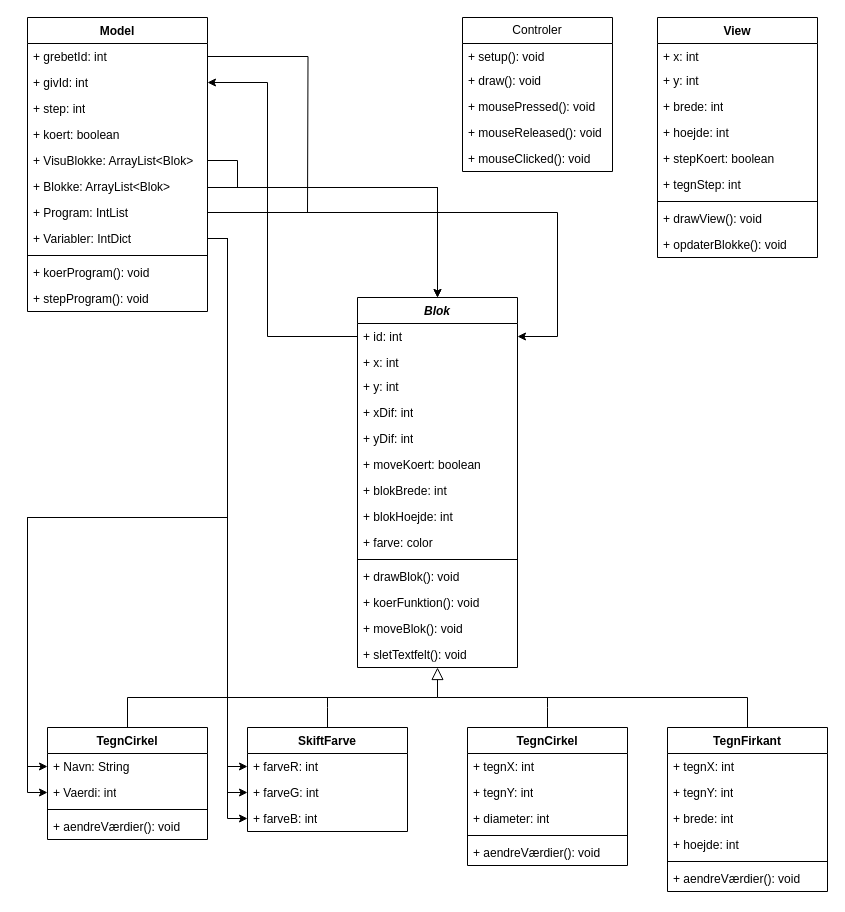
Earlier version of the draw.io diagram Eksamensprojekt/UML diagram.drawio (AntonChristensen/Programmering-a22hx2x). Source tidied: cells renumbered, new cells numbered last; positions are measured from the earlier drawing's top-left corner, leaving out a move shared by most shapes. Both pictures are drawn from the tidied source at 100%, with x=0, y=0 at pixel (27, 17).
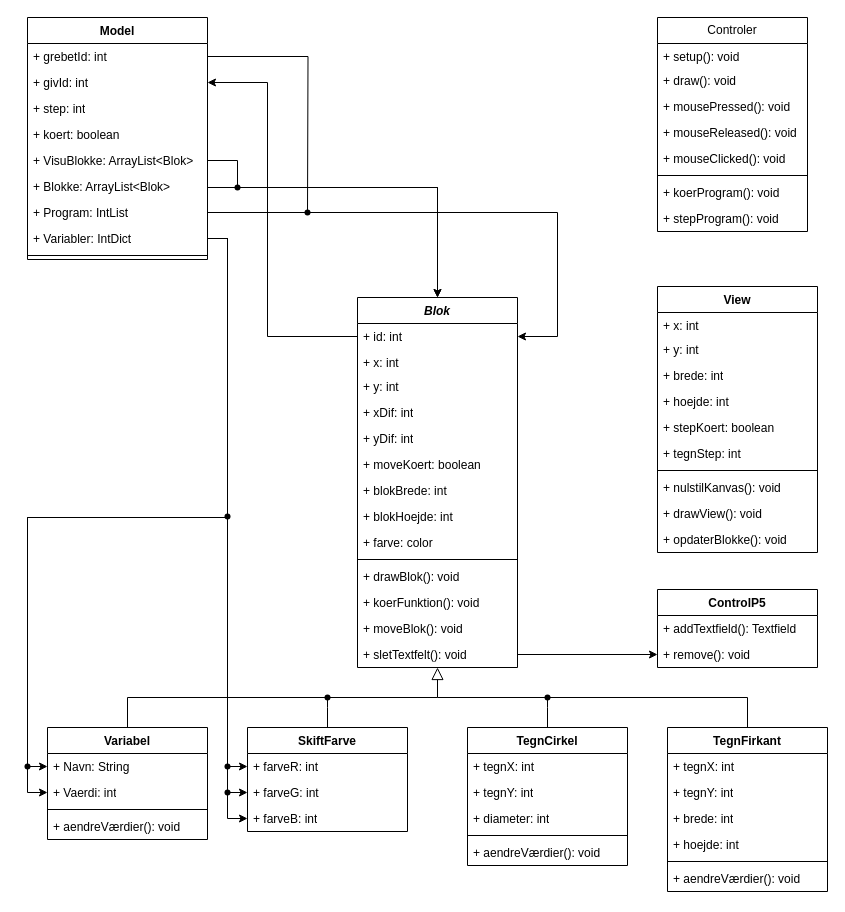
The same diagram, later.

The change refers to these unchanged cells:
```xml
<mxCell id="11" value="+ Variabler: IntDict" style="text;strokeColor=none;fillColor=none;align=left;verticalAlign=top;spacingLeft=4;spacingRight=4;overflow=hidden;points=[[0,0.5],[1,0.5]];portConstraint=eastwest;whiteSpace=wrap;html=1;" parent="2" vertex="1">
  <mxGeometry y="208" width="180" height="26" as="geometry" />
</mxCell>
<mxCell id="45" value="+&amp;nbsp;sletTextfelt(): void" style="text;strokeColor=none;fillColor=none;align=left;verticalAlign=top;spacingLeft=4;spacingRight=4;overflow=hidden;points=[[0,0.5],[1,0.5]];portConstraint=eastwest;whiteSpace=wrap;html=1;" parent="31" vertex="1">
  <mxGeometry y="344" width="160" height="26" as="geometry" />
</mxCell>
<mxCell id="65" value="+ farveB: int" style="text;strokeColor=none;fillColor=none;align=left;verticalAlign=top;spacingLeft=4;spacingRight=4;overflow=hidden;points=[[0,0.5],[1,0.5]];portConstraint=eastwest;whiteSpace=wrap;html=1;" parent="62" vertex="1">
  <mxGeometry y="78" width="160" height="26" as="geometry" />
</mxCell>
```

What changed in the source:
```diff
@@
     <mxCell id="2" value="Model" style="swimlane;fontStyle=1;align=center;verticalAlign=top;horizontal=1;startSize=26;whiteSpace=wrap;html=1;" parent="1" vertex="1">
-      <mxGeometry width="180" height="294" as="geometry" />
+      <mxGeometry width="180" height="242" as="geometry" />
     </mxCell>
@@
-    <mxCell id="13" value="+ koerProgram(): void" style="text;strokeColor=none;fillColor=none;align=left;verticalAlign=top;spacingLeft=4;spacingRight=4;overflow=hidden;whiteSpace=wrap;html=1;" parent="2" vertex="1">
-      <mxGeometry y="242" width="180" height="26" as="geometry" />
-    </mxCell>
-    <mxCell id="14" value="+ stepProgram(): void" style="text;strokeColor=none;fillColor=none;align=left;verticalAlign=top;spacingLeft=4;spacingRight=4;overflow=hidden;whiteSpace=wrap;html=1;" parent="2" vertex="1">
-      <mxGeometry y="268" width="180" height="26" as="geometry" />
-    </mxCell>
     <mxCell id="15" value="Controler" style="swimlane;fontStyle=0;horizontal=1;startSize=26;fillColor=none;whiteSpace=wrap;html=1;" parent="1" vertex="1">
-      <mxGeometry x="435" width="150" height="154" as="geometry" />
+      <mxGeometry x="630" width="150" height="214" as="geometry" />
     </mxCell>
@@
+    <mxCell id="81" style="line;strokeWidth=1;fillColor=none;align=left;verticalAlign=middle;spacingTop=-1;spacingLeft=3;spacingRight=3;labelPosition=right;strokeColor=inherit;" parent="15" vertex="1">
+      <mxGeometry y="154" width="150" height="8" as="geometry" />
+    </mxCell>
+    <mxCell id="13" value="+ koerProgram(): void" style="text;strokeColor=none;fillColor=none;align=left;verticalAlign=top;spacingLeft=4;spacingRight=4;overflow=hidden;whiteSpace=wrap;html=1;" parent="15" vertex="1">
+      <mxGeometry y="162" width="150" height="26" as="geometry" />
+    </mxCell>
+    <mxCell id="14" value="+ stepProgram(): void" style="text;strokeColor=none;fillColor=none;align=left;verticalAlign=top;spacingLeft=4;spacingRight=4;overflow=hidden;whiteSpace=wrap;html=1;" parent="15" vertex="1">
+      <mxGeometry y="188" width="150" height="26" as="geometry" />
+    </mxCell>
     <mxCell id="21" value="View" style="swimlane;fontStyle=1;align=center;verticalAlign=top;horizontal=1;startSize=26;whiteSpace=wrap;html=1;" parent="1" vertex="1">
-      <mxGeometry x="630" width="160" height="240" as="geometry" />
+      <mxGeometry x="630" y="269" width="160" height="266" as="geometry" />
     </mxCell>
@@
+    <mxCell id="82" value="+&amp;nbsp;nulstilKanvas(): void" style="text;strokeColor=none;fillColor=none;align=left;verticalAlign=top;spacingLeft=4;spacingRight=4;overflow=hidden;whiteSpace=wrap;html=1;" parent="21" vertex="1">
+      <mxGeometry y="188" width="160" height="26" as="geometry" />
+    </mxCell>
     <mxCell id="29" value="+ drawView(): void" style="text;strokeColor=none;fillColor=none;align=left;verticalAlign=top;spacingLeft=4;spacingRight=4;overflow=hidden;whiteSpace=wrap;html=1;" parent="21" vertex="1">
-      <mxGeometry y="188" width="160" height="26" as="geometry" />
+      <mxGeometry y="214" width="160" height="26" as="geometry" />
     </mxCell>
     <mxCell id="30" value="+ opdaterBlokke(): void" style="text;strokeColor=none;fillColor=none;align=left;verticalAlign=top;spacingLeft=4;spacingRight=4;overflow=hidden;whiteSpace=wrap;html=1;" parent="21" vertex="1">
-      <mxGeometry y="214" width="160" height="26" as="geometry" />
+      <mxGeometry y="240" width="160" height="26" as="geometry" />
     </mxCell>
@@
-    <mxCell id="67" value="TegnCirkel" style="swimlane;fontStyle=1;align=center;verticalAlign=top;horizontal=1;startSize=26;whiteSpace=wrap;html=1;" parent="1" vertex="1">
+    <mxCell id="67" value="Variabel" style="swimlane;fontStyle=1;align=center;verticalAlign=top;horizontal=1;startSize=26;whiteSpace=wrap;html=1;" parent="1" vertex="1">
       <mxGeometry x="20" y="710" width="160" height="112" as="geometry" />
     </mxCell>
@@
-    <mxCell id="79" style="edgeStyle=orthogonalEdgeStyle;rounded=0;jettySize=auto;html=1;" parent="1" edge="1" source="11" target="65">
+    <mxCell id="79" style="edgeStyle=orthogonalEdgeStyle;rounded=0;jettySize=auto;html=1;" parent="1" edge="1" source="86" target="65">
       <mxGeometry relative="1" as="geometry" />
     </mxCell>
@@
+    <mxCell id="83" style="shape=waypoint;sketch=0;fillStyle=solid;size=6;fillColor=none;perimeter=centerPerimeter;" parent="1" vertex="1">
+      <mxGeometry x="270" y="185" width="20" height="20" as="geometry" />
+    </mxCell>
+    <mxCell id="84" style="shape=waypoint;sketch=0;fillStyle=solid;size=6;fillColor=none;perimeter=centerPerimeter;" parent="1" vertex="1">
+      <mxGeometry x="200" y="160" width="20" height="20" as="geometry" />
+    </mxCell>
+    <mxCell id="85" style="edgeStyle=orthogonalEdgeStyle;rounded=0;jettySize=auto;html=1;endArrow=none;endFill=0;" parent="1" edge="1" source="11" target="86">
+      <mxGeometry relative="1" as="geometry" />
+    </mxCell>
+    <mxCell id="86" style="shape=waypoint;sketch=0;fillStyle=solid;size=6;points=[];fillColor=none;perimeter=centerPerimeter;snapToPoint=1;" parent="1" vertex="1">
+      <mxGeometry x="190" y="489" width="20" height="20" as="geometry" />
+    </mxCell>
+    <mxCell id="87" style="shape=waypoint;sketch=0;fillStyle=solid;size=6;fillColor=none;perimeter=centerPerimeter;" parent="1" vertex="1">
+      <mxGeometry x="-10" y="739" width="20" height="20" as="geometry" />
+    </mxCell>
+    <mxCell id="88" style="shape=waypoint;sketch=0;fillStyle=solid;size=6;fillColor=none;perimeter=centerPerimeter;" parent="1" vertex="1">
+      <mxGeometry x="190" y="739" width="20" height="20" as="geometry" />
+    </mxCell>
+    <mxCell id="89" style="shape=waypoint;sketch=0;fillStyle=solid;size=6;fillColor=none;perimeter=centerPerimeter;" parent="1" vertex="1">
+      <mxGeometry x="190" y="765" width="20" height="20" as="geometry" />
+    </mxCell>
+    <mxCell id="90" style="shape=waypoint;sketch=0;fillStyle=solid;size=6;fillColor=none;perimeter=centerPerimeter;" parent="1" vertex="1">
+      <mxGeometry x="290" y="670" width="20" height="20" as="geometry" />
+    </mxCell>
+    <mxCell id="91" style="shape=waypoint;sketch=0;fillStyle=solid;size=6;fillColor=none;perimeter=centerPerimeter;" parent="1" vertex="1">
+      <mxGeometry x="510" y="670" width="20" height="20" as="geometry" />
+    </mxCell>
+    <mxCell id="92" value="ControlP5" style="swimlane;fontStyle=1;align=center;verticalAlign=top;horizontal=1;startSize=26;whiteSpace=wrap;html=1;" parent="1" vertex="1">
+      <mxGeometry x="630" y="572" width="160" height="78" as="geometry" />
+    </mxCell>
+    <mxCell id="93" value="+ addTextfield():&amp;nbsp;Textfield" style="text;strokeColor=none;fillColor=none;align=left;verticalAlign=top;spacingLeft=4;spacingRight=4;overflow=hidden;whiteSpace=wrap;html=1;" parent="92" vertex="1">
+      <mxGeometry y="26" width="160" height="26" as="geometry" />
+    </mxCell>
+    <mxCell id="94" value="+ remove(): void" style="text;strokeColor=none;fillColor=none;align=left;verticalAlign=top;spacingLeft=4;spacingRight=4;overflow=hidden;points=[[0,0.5],[1,0.5]];portConstraint=eastwest;whiteSpace=wrap;html=1;" parent="92" vertex="1">
+      <mxGeometry y="52" width="160" height="26" as="geometry" />
+    </mxCell>
+    <mxCell id="95" style="edgeStyle=orthogonalEdgeStyle;rounded=0;jettySize=auto;html=1;endArrow=classic;endFill=1;" parent="1" edge="1" source="45" target="94">
+      <mxGeometry relative="1" as="geometry" />
+    </mxCell>
```
